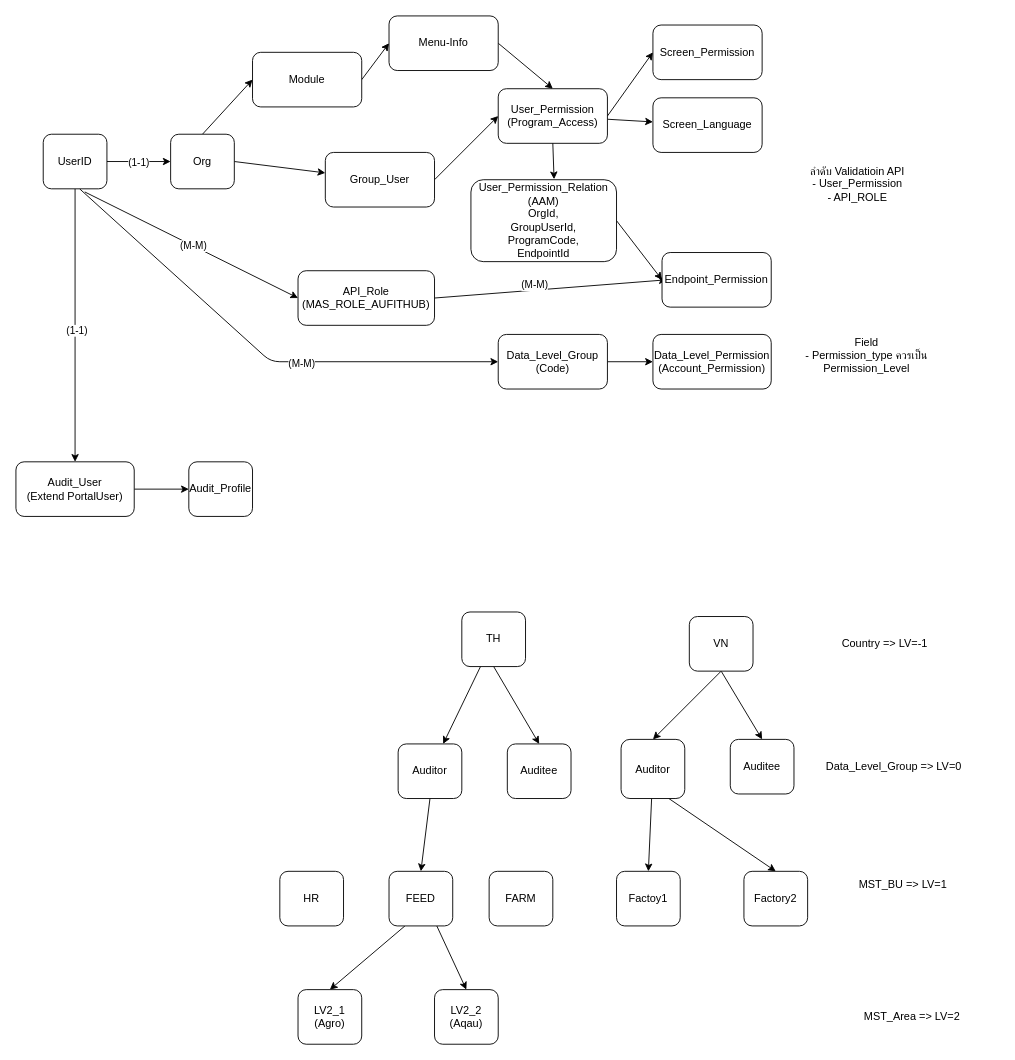
TGA88/inh-lib keeps this draw.io diagram as packages/user.drawio. Above is the earlier version. Source tidied: cells renumbered, new cells numbered last; positions are measured from the earlier drawing's top-left corner, leaving out a move shared by most shapes. Both pictures are drawn from the tidied source at 91%, with x=0, y=0 at pixel (15, 15).
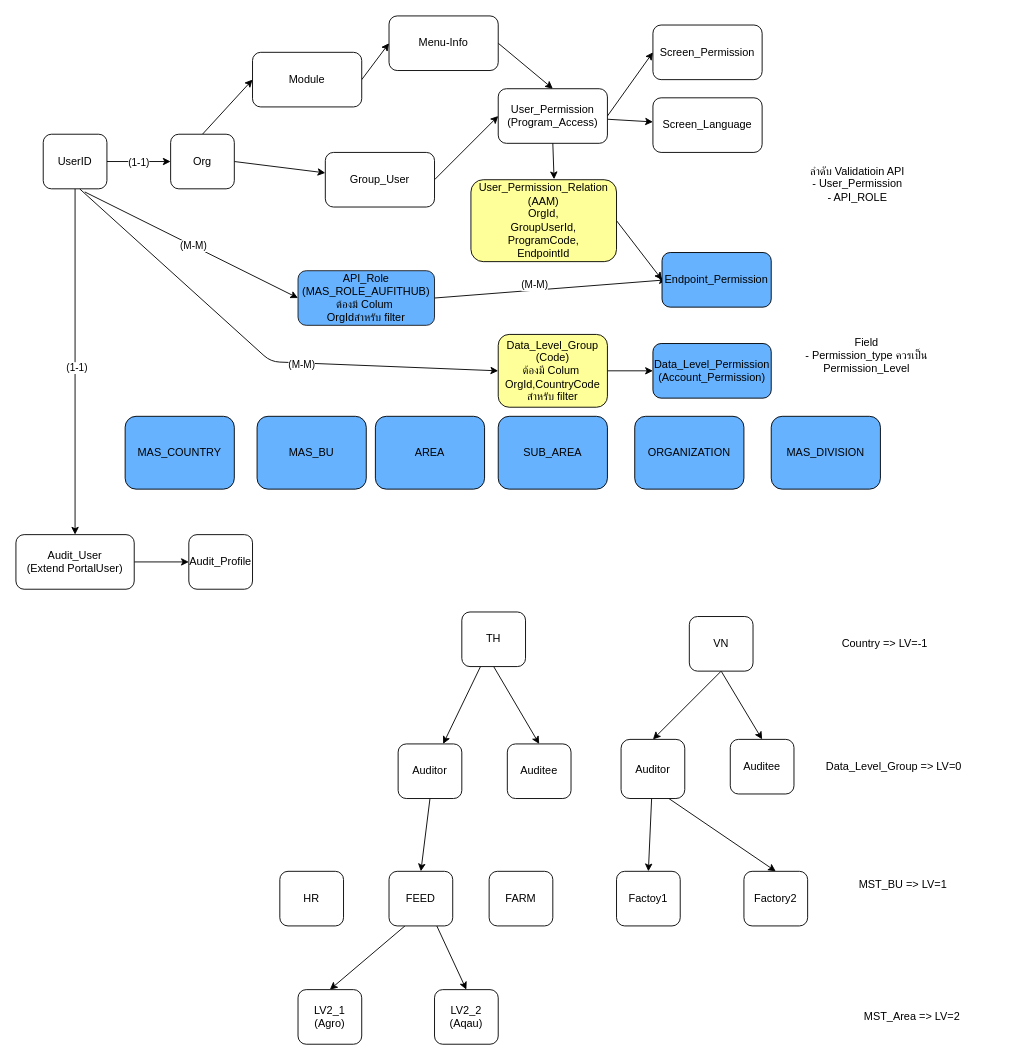
After the change.

Change to the diagram source:
```diff
@@
-    <mxCell id="23" value="Data_Level_Group&lt;br&gt;(Code)" style="rounded=1;whiteSpace=wrap;html=1;" parent="1" vertex="1">
-      <mxGeometry x="530" y="350" width="120" height="60" as="geometry" />
+    <mxCell id="23" value="Data_Level_Group&lt;br&gt;(Code)&lt;br&gt;&lt;div&gt;ต้องมี Colum&amp;nbsp;&lt;/div&gt;&lt;div&gt;OrgId,CountryCode&lt;br&gt;สำหรับ filter&lt;/div&gt;" style="rounded=1;whiteSpace=wrap;html=1;fontStyle=0;fillColor=#FFFF99;" parent="1" vertex="1">
+      <mxGeometry x="530" y="350" width="120" height="80" as="geometry" />
     </mxCell>
-    <mxCell id="24" value="Data_Level_Permission&lt;br&gt;(Account_Permission)" style="rounded=1;whiteSpace=wrap;html=1;" parent="1" vertex="1">
-      <mxGeometry x="700" y="350" width="130" height="60" as="geometry" />
+    <mxCell id="24" value="Data_Level_Permission&lt;br&gt;(Account_Permission)" style="rounded=1;whiteSpace=wrap;html=1;fillColor=#66B2FF;" parent="1" vertex="1">
+      <mxGeometry x="700" y="360" width="130" height="60" as="geometry" />
     </mxCell>
@@
-    <mxCell id="28" value="API_Role&lt;br&gt;(MAS_ROLE_AUFITHUB)" style="rounded=1;whiteSpace=wrap;html=1;" parent="1" vertex="1">
+    <mxCell id="28" value="API_Role&lt;br&gt;(MAS_ROLE_AUFITHUB)&lt;div&gt;ต้องมี Colum&amp;nbsp;&lt;/div&gt;&lt;div&gt;OrgIdสำหรับ filter&lt;/div&gt;" style="rounded=1;whiteSpace=wrap;html=1;strokeColor=#1A1A1A;fillColor=#66B2FF;" parent="1" vertex="1">
       <mxGeometry x="310" y="280" width="150" height="60" as="geometry" />
     </mxCell>
-    <mxCell id="29" value="Endpoint_Permission" style="rounded=1;whiteSpace=wrap;html=1;" parent="1" vertex="1">
+    <mxCell id="29" value="Endpoint_Permission" style="rounded=1;whiteSpace=wrap;html=1;fillColor=#66B2FF;" parent="1" vertex="1">
       <mxGeometry x="710" y="260" width="120" height="60" as="geometry" />
     </mxCell>
@@
     <mxCell id="35" value="Audit_User&lt;div&gt;(Extend PortalUser)&lt;/div&gt;" style="rounded=1;whiteSpace=wrap;html=1;" parent="1" vertex="1">
-      <mxGeometry y="490" width="130" height="60" as="geometry" />
+      <mxGeometry y="570" width="130" height="60" as="geometry" />
     </mxCell>
     <mxCell id="36" value="Audit_Profile" style="rounded=1;whiteSpace=wrap;html=1;" parent="1" vertex="1">
-      <mxGeometry x="190" y="490" width="70" height="60" as="geometry" />
+      <mxGeometry x="190" y="570" width="70" height="60" as="geometry" />
     </mxCell>
@@
-    <mxCell id="64" value="User_Permission_Relation&lt;br&gt;(AAM)&lt;div&gt;OrgId,&lt;br&gt;GroupUserId,&lt;br&gt;ProgramCode,&lt;br&gt;EndpointId&lt;/div&gt;" style="rounded=1;whiteSpace=wrap;html=1;" parent="1" vertex="1">
+    <mxCell id="64" value="User_Permission_Relation&lt;br&gt;(AAM)&lt;div&gt;OrgId,&lt;br&gt;GroupUserId,&lt;br&gt;ProgramCode,&lt;br&gt;EndpointId&lt;/div&gt;" style="rounded=1;whiteSpace=wrap;html=1;fillColor=#FFFF99;" parent="1" vertex="1">
       <mxGeometry x="500" y="180" width="160" height="90" as="geometry" />
     </mxCell>
@@
+    <mxCell id="66" value="MAS_COUNTRY" style="rounded=1;whiteSpace=wrap;html=1;fontStyle=0;fillColor=#66B2FF;" parent="1" vertex="1">
+      <mxGeometry x="120" y="440" width="120" height="80" as="geometry" />
+    </mxCell>
+    <mxCell id="67" value="MAS_BU" style="rounded=1;whiteSpace=wrap;html=1;fontStyle=0;fillColor=#66B2FF;" parent="1" vertex="1">
+      <mxGeometry x="265" y="440" width="120" height="80" as="geometry" />
+    </mxCell>
+    <mxCell id="68" value="ORGANIZATION" style="rounded=1;whiteSpace=wrap;html=1;fontStyle=0;fillColor=#66B2FF;" parent="1" vertex="1">
+      <mxGeometry x="680" y="440" width="120" height="80" as="geometry" />
+    </mxCell>
+    <mxCell id="69" value="MAS_DIVISION" style="rounded=1;whiteSpace=wrap;html=1;fontStyle=0;fillColor=#66B2FF;" parent="1" vertex="1">
+      <mxGeometry x="830" y="440" width="120" height="80" as="geometry" />
+    </mxCell>
+    <mxCell id="70" value="AREA" style="rounded=1;whiteSpace=wrap;html=1;fontStyle=0;fillColor=#66B2FF;" parent="1" vertex="1">
+      <mxGeometry x="395" y="440" width="120" height="80" as="geometry" />
+    </mxCell>
+    <mxCell id="71" value="SUB_AREA" style="rounded=1;whiteSpace=wrap;html=1;fontStyle=0;fillColor=#66B2FF;" parent="1" vertex="1">
+      <mxGeometry x="530" y="440" width="120" height="80" as="geometry" />
+    </mxCell>
```
